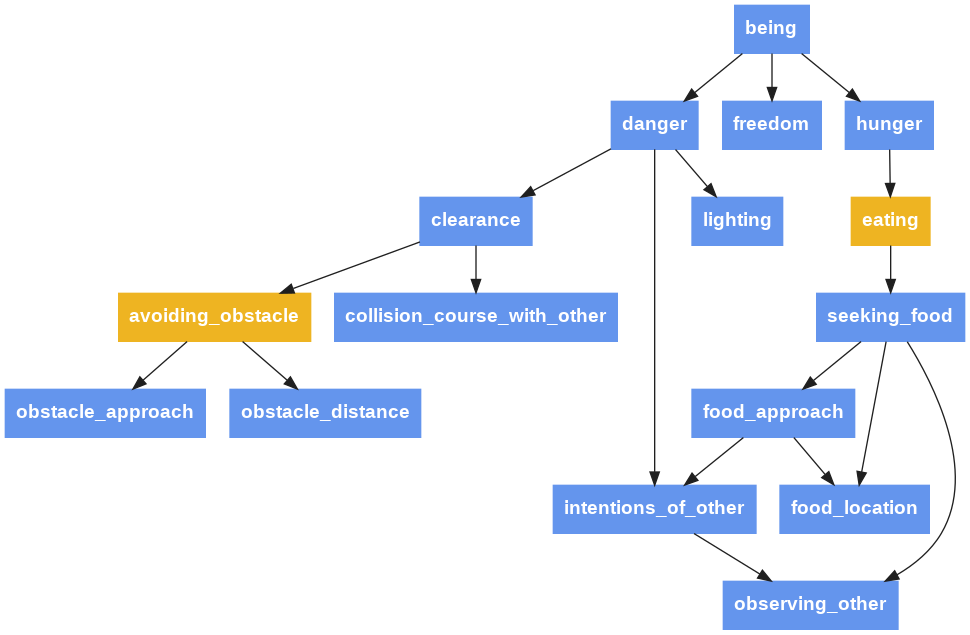
Before: gm_tree.png, a diagram exported from Graphviz (jfcloutier/andy_world). Its source is kept beside it as gm_tree.dot.
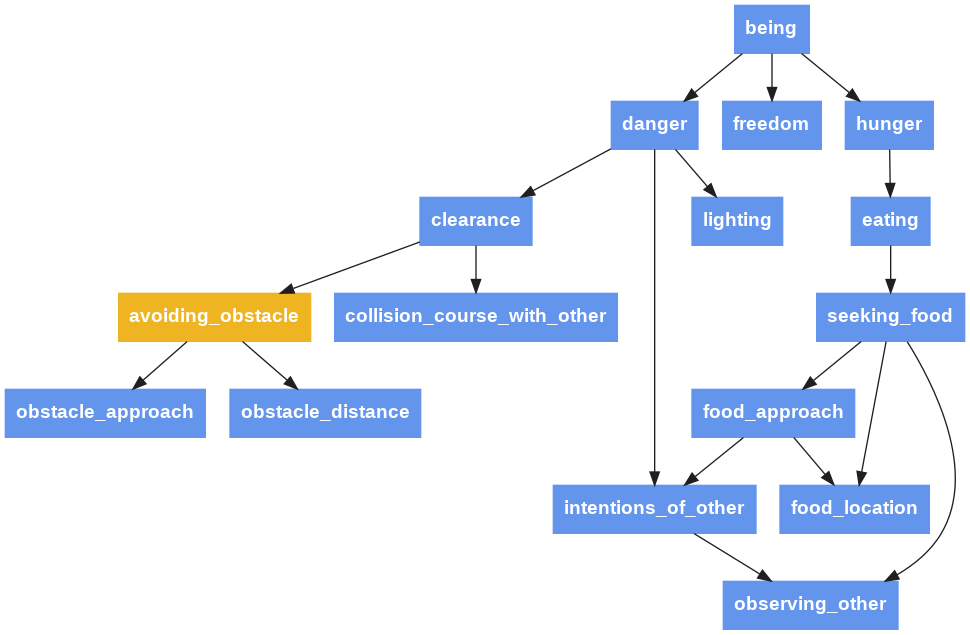
After the change.

Diff of the diagram source:
```diff
@@ -5,7 +5,7 @@
   v2 [label="clearance",fontname="helvetica bold",style="filled",fillcolor="cornflowerblue",color="cornflowerblue",fontcolor="white",shape="box"]
   v3 [label="collision_course_with_other",fontname="helvetica bold",style="filled",fillcolor="cornflowerblue",color="cornflowerblue",fontcolor="white",shape="box"]
   v4 [label="danger",fontname="helvetica bold",style="filled",fillcolor="cornflowerblue",color="cornflowerblue",fontcolor="white",shape="box"]
-  v5 [label="eating",fontname="helvetica bold",style="filled",fillcolor="goldenrod2",color="goldenrod2",fontcolor="white",shape="box"]
+  v5 [label="eating",fontname="helvetica bold",style="filled",fillcolor="cornflowerblue",color="cornflowerblue",fontcolor="white",shape="box"]
   v6 [label="food_approach",fontname="helvetica bold",style="filled",fillcolor="cornflowerblue",color="cornflowerblue",fontcolor="white",shape="box"]
   v7 [label="freedom",fontname="helvetica bold",style="filled",fillcolor="cornflowerblue",color="cornflowerblue",fontcolor="white",shape="box"]
   v8 [label="hunger",fontname="helvetica bold",style="filled",fillcolor="cornflowerblue",color="cornflowerblue",fontcolor="white",shape="box"]
```
